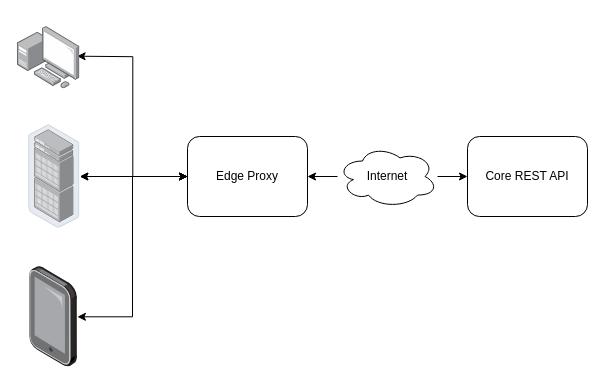
This is page "Edge Proxy" (2 of 2) of docs/docs/diagrams/Edge-proxy.drawio.xml from Flagsmith/flagsmith, a draw.io file, before an edit. Source tidied: cells renumbered, new cells numbered last; positions are measured from the earlier drawing's top-left corner, leaving out a move shared by most shapes. Both pictures are drawn from the tidied source at 100%, with x=0, y=0 at pixel (17, 26).
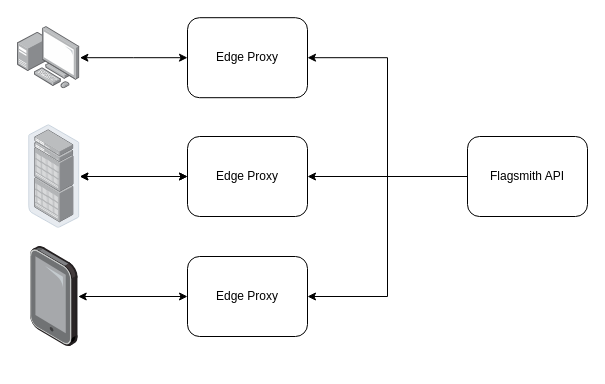
After the change.

Change to the diagram source:
```diff
@@
 <mxGraphModel>
   <root>
     <mxCell id="0" />
     <mxCell id="1" parent="0" />
-    <mxCell id="2" style="edgeStyle=orthogonalEdgeStyle;rounded=0;jettySize=auto;html=1;exitX=0.989;exitY=0.496;exitDx=0;exitDy=0;exitPerimeter=0;entryX=0;entryY=0.5;entryDx=0;entryDy=0;strokeColor=default;startArrow=classic;startFill=1;" parent="1" edge="1" target="5">
-      <mxGeometry relative="1" as="geometry">
-        <mxPoint x="59.6" y="29.7" as="sourcePoint" />
-      </mxGeometry>
-    </mxCell>
     <mxCell id="3" style="edgeStyle=orthogonalEdgeStyle;rounded=0;jettySize=auto;html=1;startArrow=classic;startFill=1;strokeColor=default;" parent="1" edge="1" source="5" target="8">
       <mxGeometry relative="1" as="geometry" />
     </mxCell>
-    <mxCell id="4" style="edgeStyle=orthogonalEdgeStyle;rounded=0;jettySize=auto;html=1;startArrow=none;startFill=1;strokeColor=default;" parent="1" edge="1" source="12" target="11">
-      <mxGeometry relative="1" as="geometry" />
-    </mxCell>
     <mxCell id="5" value="Edge Proxy" style="rounded=1;whiteSpace=wrap;html=1;" parent="1" vertex="1">
       <mxGeometry x="170" y="110" width="120" height="80" as="geometry" />
     </mxCell>
     <mxCell id="6" style="edgeStyle=orthogonalEdgeStyle;rounded=0;jettySize=auto;html=1;startArrow=classic;startFill=1;" parent="1" edge="1" source="8">
       <mxGeometry relative="1" as="geometry">
         <mxPoint x="170" y="150" as="targetPoint" />
       </mxGeometry>
     </mxCell>
     <mxCell id="7" style="points=[];html=1;align=center;shadow=0;dashed=0;image;image=img/lib/allied_telesis/computer_and_terminals/Personal_Computer_with_Server.svg;" parent="1" vertex="1">
       <mxGeometry width="62.4" height="62.4" as="geometry" />
     </mxCell>
     <mxCell id="8" style="points=[];html=1;align=center;shadow=0;dashed=0;image;image=img/lib/allied_telesis/storage/Datacenter_Server_Rack_EoR.svg;" parent="1" vertex="1">
       <mxGeometry x="11.2" y="98.3" width="51.2" height="103.4" as="geometry" />
     </mxCell>
-    <mxCell id="9" style="edgeStyle=orthogonalEdgeStyle;rounded=0;jettySize=auto;html=1;startArrow=classic;startFill=1;strokeColor=default;entryX=0;entryY=0.5;entryDx=0;entryDy=0;" parent="1" edge="1" source="10" target="5">
-      <mxGeometry relative="1" as="geometry" />
-    </mxCell>
     <mxCell id="10" style="points=[];html=1;align=center;shadow=0;dashed=0;image;image=img/lib/allied_telesis/computer_and_terminals/Tablet.svg;" parent="1" vertex="1">
-      <mxGeometry x="12.2" y="240" width="47.7" height="100.6" as="geometry" />
+      <mxGeometry x="13" y="219.7" width="47.7" height="100.6" as="geometry" />
     </mxCell>
+    <mxCell id="14" style="edgeStyle=orthogonalEdgeStyle;rounded=0;jettySize=auto;html=1;" parent="1" edge="1" source="11" target="5">
+      <mxGeometry relative="1" as="geometry" />
+    </mxCell>
+    <mxCell id="15" style="edgeStyle=orthogonalEdgeStyle;rounded=0;jettySize=auto;html=1;entryX=1;entryY=0.5;entryDx=0;entryDy=0;" parent="1" edge="1" source="11" target="18">
+      <mxGeometry relative="1" as="geometry" />
+    </mxCell>
+    <mxCell id="16" style="edgeStyle=orthogonalEdgeStyle;rounded=0;jettySize=auto;html=1;entryX=1;entryY=0.5;entryDx=0;entryDy=0;" parent="1" edge="1" source="11" target="20">
+      <mxGeometry relative="1" as="geometry" />
+    </mxCell>
-    <mxCell id="11" value="Core REST API" style="rounded=1;whiteSpace=wrap;html=1;" parent="1" vertex="1">
+    <mxCell id="11" value="Flagsmith API" style="rounded=1;whiteSpace=wrap;html=1;" parent="1" vertex="1">
       <mxGeometry x="450" y="110" width="120" height="80" as="geometry" />
     </mxCell>
-    <mxCell id="12" value="Internet" style="ellipse;shape=cloud;whiteSpace=wrap;html=1;" parent="1" vertex="1">
-      <mxGeometry x="320" y="119" width="100" height="62" as="geometry" />
-    </mxCell>
-    <mxCell id="13" style="edgeStyle=orthogonalEdgeStyle;rounded=0;jettySize=auto;html=1;startArrow=classic;startFill=1;strokeColor=default;endArrow=none;" parent="1" edge="1" source="5" target="12">
-      <mxGeometry relative="1" as="geometry" />
-    </mxCell>
+    <mxCell id="17" style="edgeStyle=orthogonalEdgeStyle;rounded=0;jettySize=auto;html=1;startArrow=classic;startFill=1;" parent="1" edge="1" source="18" target="10">
+      <mxGeometry relative="1" as="geometry" />
+    </mxCell>
+    <mxCell id="18" value="Edge Proxy" style="rounded=1;whiteSpace=wrap;html=1;" parent="1" vertex="1">
+      <mxGeometry x="170" y="230" width="120" height="80" as="geometry" />
+    </mxCell>
+    <mxCell id="19" style="edgeStyle=orthogonalEdgeStyle;rounded=0;jettySize=auto;html=1;startArrow=classic;startFill=1;" parent="1" edge="1" source="20" target="7">
+      <mxGeometry relative="1" as="geometry" />
+    </mxCell>
+    <mxCell id="20" value="Edge Proxy" style="rounded=1;whiteSpace=wrap;html=1;" parent="1" vertex="1">
+      <mxGeometry x="170" y="-8.8" width="120" height="80" as="geometry" />
+    </mxCell>
   </root>
 </mxGraphModel>
```
